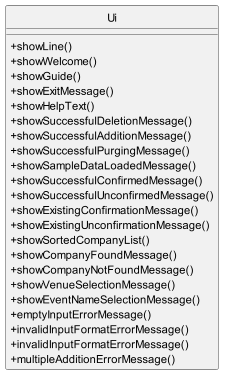
Before: docs/UML/Image/Ui_class.png, a diagram exported from PlantUML (nus-cs2113-AY2223S2/tp).
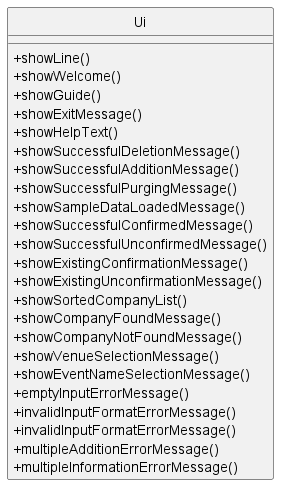
The same file after the commit.

Commit message:
Update class diagram for ui

Change to the diagram source:
```diff
@@ -27,6 +27,7 @@
 +invalidInputFormatErrorMessage()
 +invalidInputFormatErrorMessage()
 +multipleAdditionErrorMessage()
++multipleInformationErrorMessage()
 }
 
 
```
